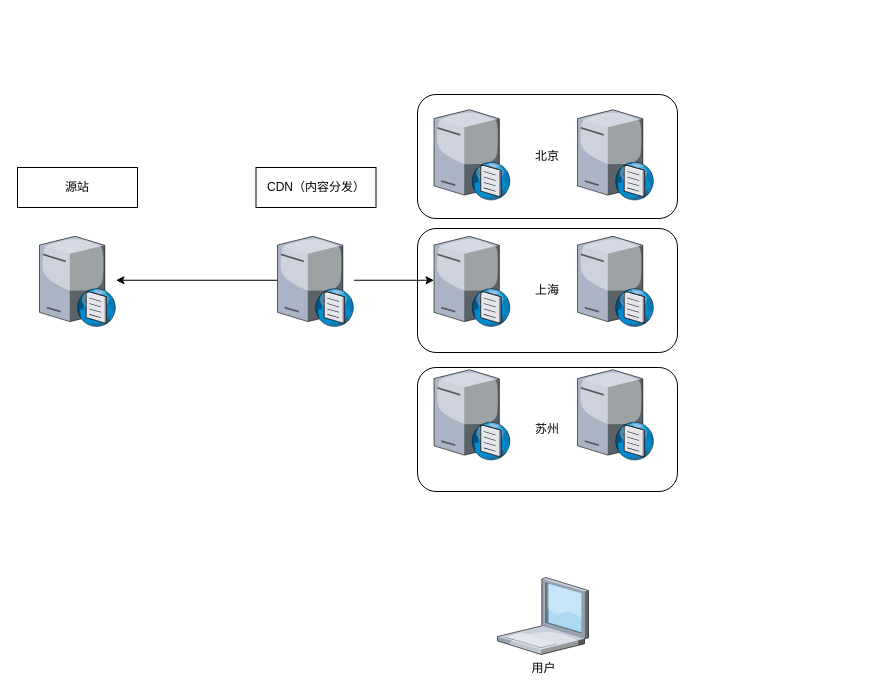
Before: draw/Untitled Diagram.drawio in kame000/kame_img, a draw.io diagram. Source tidied: cells renumbered, new cells numbered last; positions are measured from the earlier drawing's top-left corner, leaving out a move shared by most shapes. Both pictures are drawn from the tidied source at 100%, with x=0, y=0 at pixel (17, 94).
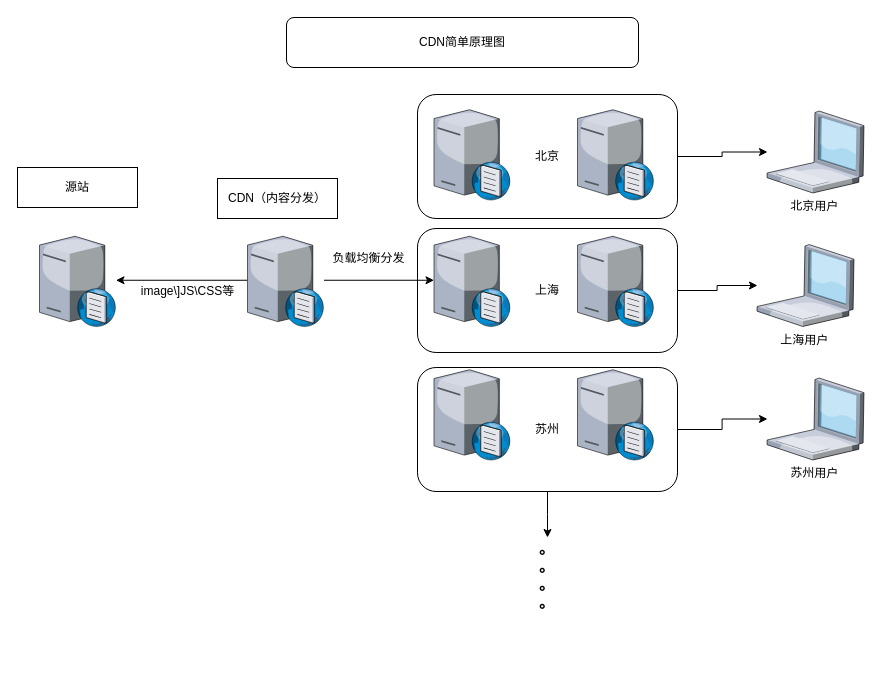
Above is the later version.

Commit message:
CDN简单原理图

Unchanged cells that the change refers to:
```xml
<mxCell id="2" style="edgeStyle=orthogonalEdgeStyle;rounded=0;jettySize=auto;html=1;" parent="1" edge="1" source="4" target="6">
  <mxGeometry relative="1" as="geometry" />
</mxCell>
<mxCell id="3" style="edgeStyle=orthogonalEdgeStyle;rounded=0;jettySize=auto;html=1;" parent="1" edge="1" source="4" target="5">
  <mxGeometry relative="1" as="geometry" />
</mxCell>
<mxCell id="14" value="北京" style="rounded=1;whiteSpace=wrap;html=1;gradientColor=none;fillColor=none;" parent="1" vertex="1">
  <mxGeometry x="400" width="260" height="124" as="geometry" />
</mxCell>
<mxCell id="15" value="上海" style="rounded=1;whiteSpace=wrap;html=1;gradientColor=none;fillColor=none;" parent="1" vertex="1">
  <mxGeometry x="400" y="134" width="260" height="124" as="geometry" />
</mxCell>
<mxCell id="16" value="苏州" style="rounded=1;whiteSpace=wrap;html=1;gradientColor=none;fillColor=none;" parent="1" vertex="1">
  <mxGeometry x="400" y="273" width="260" height="124" as="geometry" />
</mxCell>
```

The edit, as a diff of the source:
```diff
@@
+    <mxCell id="18" value="image\]JS\CSS等" style="text;html=1;align=center;verticalAlign=middle;labelBackgroundColor=#ffffff;" parent="2" vertex="1">
+      <mxGeometry x="0.25" y="2" relative="1" as="geometry">
+        <mxPoint x="21" y="8.5" as="offset" />
+      </mxGeometry>
+    </mxCell>
@@
+    <mxCell id="19" value="负载均衡分发" style="text;html=1;align=center;verticalAlign=middle;labelBackgroundColor=#ffffff;" parent="3" vertex="1">
+      <mxGeometry x="-0.41" y="4" relative="1" as="geometry">
+        <mxPoint x="11.5" y="-18.5" as="offset" />
+      </mxGeometry>
+    </mxCell>
     <mxCell id="4" style="verticalLabelPosition=bottom;html=1;verticalAlign=top;strokeColor=none;align=center;outlineConnect=0;shape=mxgraph.citrix.dns_server;" parent="1" vertex="1">
-      <mxGeometry x="260" y="139.5" width="76.5" height="92.5" as="geometry" />
+      <mxGeometry x="230" y="139.5" width="76.5" height="92.5" as="geometry" />
     </mxCell>
@@
     <mxCell id="8" value="CDN（内容分发）" style="rounded=0;whiteSpace=wrap;html=1;" parent="1" vertex="1">
-      <mxGeometry x="238.5" y="73" width="120" height="40" as="geometry" />
+      <mxGeometry x="200" y="84" width="120" height="40" as="geometry" />
     </mxCell>
@@
+    <mxCell id="20" style="edgeStyle=orthogonalEdgeStyle;rounded=0;jettySize=auto;html=1;exitX=1;exitY=0.5;exitDx=0;exitDy=0;" parent="1" edge="1" source="14" target="25">
+      <mxGeometry relative="1" as="geometry" />
+    </mxCell>
@@
+    <mxCell id="21" style="edgeStyle=orthogonalEdgeStyle;rounded=0;jettySize=auto;html=1;" parent="1" edge="1" source="15" target="24">
+      <mxGeometry relative="1" as="geometry" />
+    </mxCell>
@@
+    <mxCell id="22" style="edgeStyle=orthogonalEdgeStyle;rounded=0;jettySize=auto;html=1;" parent="1" edge="1" source="16" target="17">
+      <mxGeometry relative="1" as="geometry" />
+    </mxCell>
+    <mxCell id="23" style="edgeStyle=orthogonalEdgeStyle;rounded=0;jettySize=auto;html=1;" parent="1" edge="1" source="16">
+      <mxGeometry relative="1" as="geometry">
+        <mxPoint x="530" y="443" as="targetPoint" />
+      </mxGeometry>
+    </mxCell>
@@
-    <mxCell id="17" value="用户" style="verticalLabelPosition=bottom;html=1;verticalAlign=top;strokeColor=none;align=center;outlineConnect=0;shape=mxgraph.citrix.laptop_1;fillColor=none;gradientColor=none;" parent="1" vertex="1">
-      <mxGeometry x="480" y="483" width="91" height="77" as="geometry" />
+    <mxCell id="17" value="苏州用户" style="verticalLabelPosition=bottom;html=1;verticalAlign=top;strokeColor=none;align=center;outlineConnect=0;shape=mxgraph.citrix.laptop_1;fillColor=none;gradientColor=none;rotation=1;" parent="1" vertex="1">
+      <mxGeometry x="750" y="283.5" width="96" height="82" as="geometry" />
     </mxCell>
+    <mxCell id="24" value="上海用户" style="verticalLabelPosition=bottom;html=1;verticalAlign=top;strokeColor=none;align=center;outlineConnect=0;shape=mxgraph.citrix.laptop_1;fillColor=none;gradientColor=none;rotation=1;" parent="1" vertex="1">
+      <mxGeometry x="740" y="150" width="96" height="82" as="geometry" />
+    </mxCell>
+    <mxCell id="25" value="北京用户" style="verticalLabelPosition=bottom;html=1;verticalAlign=top;strokeColor=none;align=center;outlineConnect=0;shape=mxgraph.citrix.laptop_1;fillColor=none;gradientColor=none;rotation=1;" parent="1" vertex="1">
+      <mxGeometry x="750" y="16.5" width="96" height="82" as="geometry" />
+    </mxCell>
+    <mxCell id="26" value="&lt;b style=&quot;font-size: 15px&quot;&gt;。&lt;br&gt;。&lt;br&gt;。&lt;br&gt;。&lt;br&gt;&lt;/b&gt;&lt;br&gt;" style="text;html=1;align=left;verticalAlign=top;spacingTop=-4;" parent="1" vertex="1">
+      <mxGeometry x="520" y="443" width="30" height="80" as="geometry" />
+    </mxCell>
+    <mxCell id="27" value="CDN简单原理图" style="rounded=1;whiteSpace=wrap;html=1;fillColor=none;gradientColor=none;" parent="1" vertex="1">
+      <mxGeometry x="269" y="-77" width="352" height="50" as="geometry" />
+    </mxCell>
```
